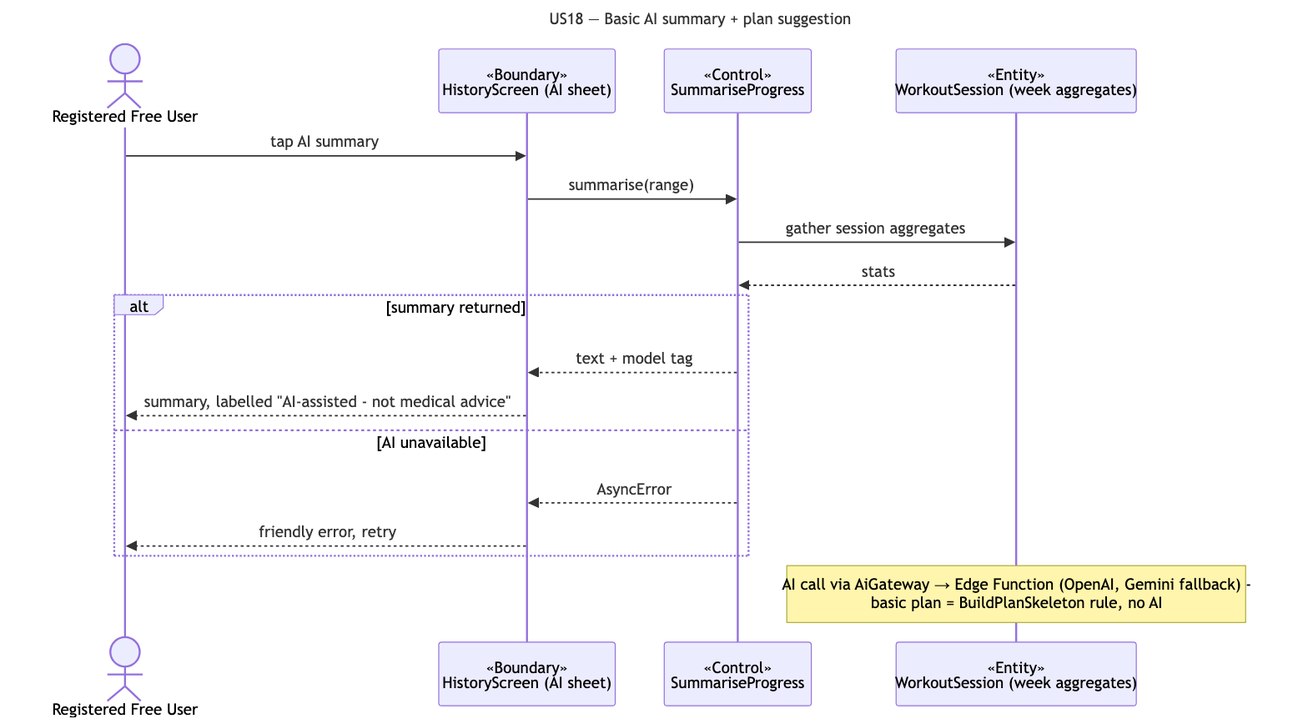
This is docs/deliverables/sequence-diagrams/US18-basic-ai.png from cyuanjun/FYP-26-S2-37-app, a Mermaid export, as it was before one commit. Its source is kept beside it as docs/deliverables/sequence-diagrams/src/US18-basic-ai.mmd.
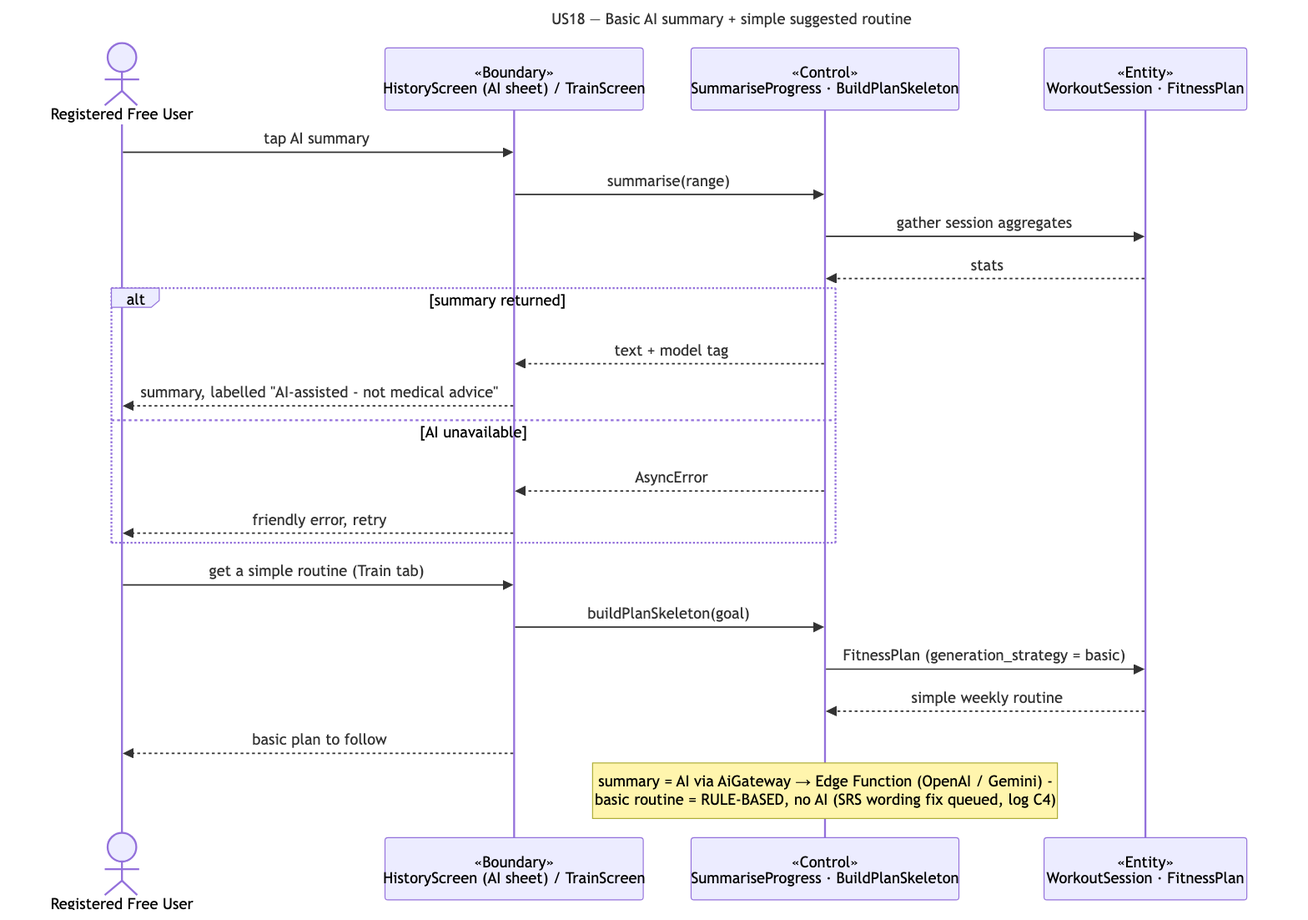
After the change.

Commit message:
US18: reword decision logged (C4); diagram shows AI summary + rule-based routine

What changed in the source:
```diff
@@ -1,11 +1,11 @@
 ---
-title: "US18 — Basic AI summary + plan suggestion"
+title: "US18 — Basic AI summary + simple suggested routine"
 ---
 sequenceDiagram
   actor A as Registered Free User
-  participant B as «Boundary»<br/>HistoryScreen (AI sheet)
-  participant C as «Control»<br/>SummariseProgress
-  participant E as «Entity»<br/>WorkoutSession (week aggregates)
+  participant B as «Boundary»<br/>HistoryScreen (AI sheet) / TrainScreen
+  participant C as «Control»<br/>SummariseProgress · BuildPlanSkeleton
+  participant E as «Entity»<br/>WorkoutSession · FitnessPlan
   A->>B: tap AI summary
   B->>C: summarise(range)
   C->>E: gather session aggregates
@@ -17,4 +17,9 @@
     C-->>B: AsyncError
     B-->>A: friendly error, retry
   end
-  note over E: AI call via AiGateway → Edge Function (OpenAI, Gemini fallback) -<br/>basic plan = BuildPlanSkeleton rule, no AI
+  A->>B: get a simple routine (Train tab)
+  B->>C: buildPlanSkeleton(goal)
+  C->>E: FitnessPlan (generation_strategy = basic)
+  E-->>C: simple weekly routine
+  B-->>A: basic plan to follow
+  note over C: summary = AI via AiGateway → Edge Function (OpenAI / Gemini) -<br/>basic routine = RULE-BASED, no AI (SRS wording fix queued, log C4)
```
